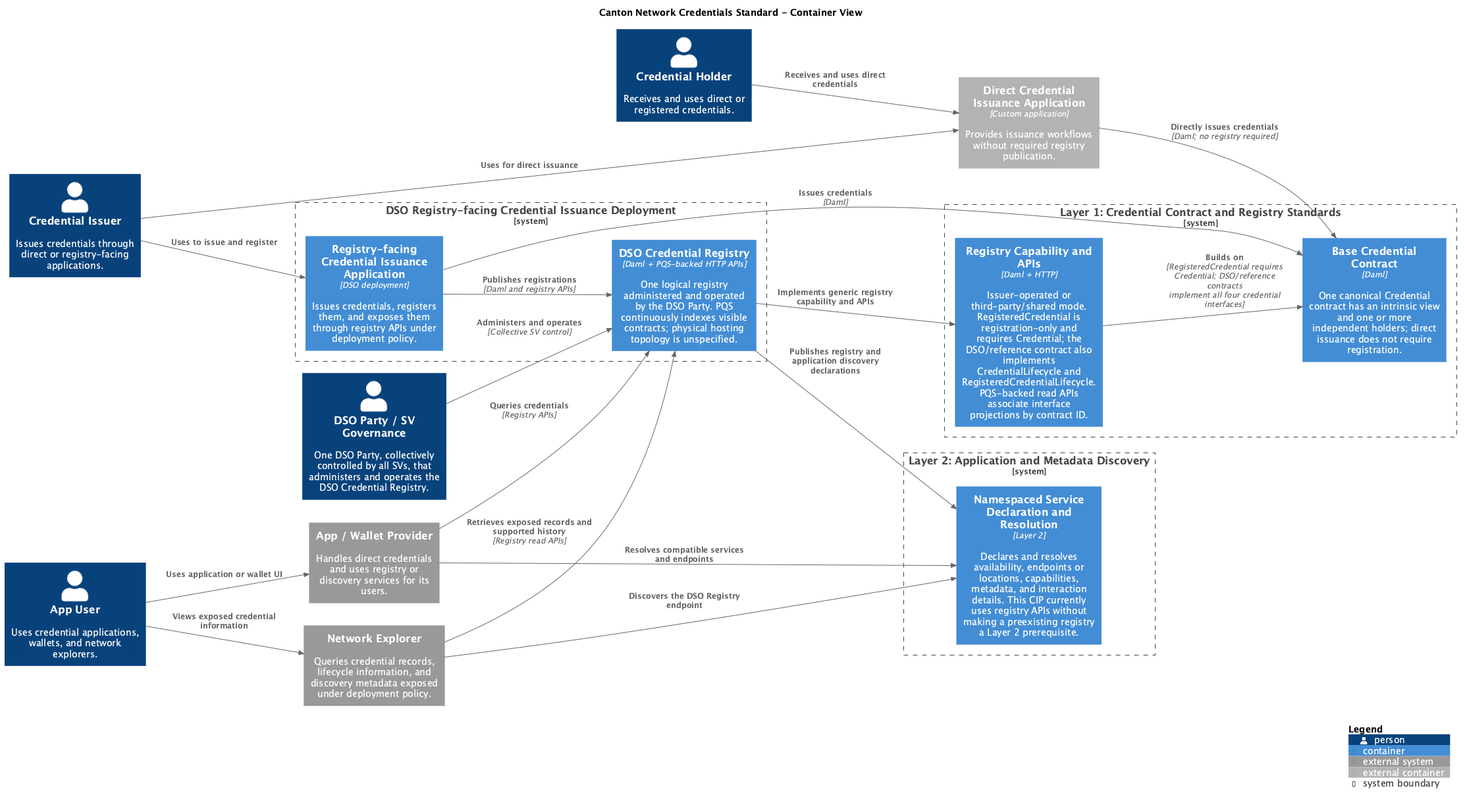
The PlantUML diagram cn-credentials-standard/images/credentials-containers.png in unlockitio/cips, before a commit.
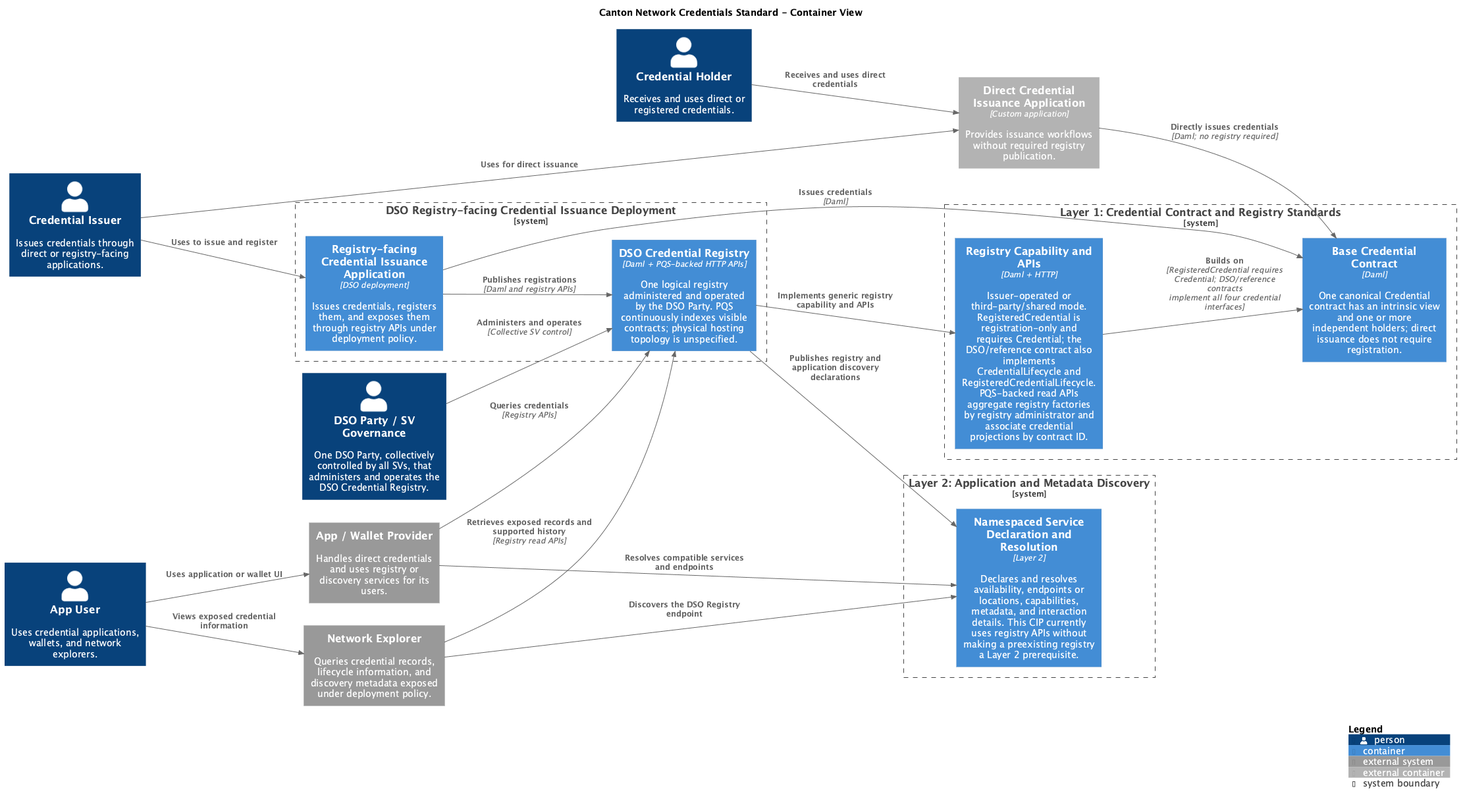
The same file after the commit.

What changed in the source:
```diff
@@ -14,7 +14,7 @@
 
 System_Boundary(generic, "Layer 1: Credential Contract and Registry Standards") {
   Container(base, "Base Credential Contract", "Daml", "One canonical Credential contract has an intrinsic view and one or more independent holders; direct issuance does not require registration.")
-  Container(registry, "Registry Capability and APIs", "Daml + HTTP", "Issuer-operated or third-party/shared mode. RegisteredCredential is registration-only and requires Credential; the DSO/reference contract also implements CredentialLifecycle and RegisteredCredentialLifecycle. PQS-backed read APIs associate interface projections by contract ID.")
+  Container(registry, "Registry Capability and APIs", "Daml + HTTP", "Issuer-operated or third-party/shared mode. RegisteredCredential is registration-only and requires Credential; the DSO/reference contract also implements CredentialLifecycle and RegisteredCredentialLifecycle. PQS-backed read APIs aggregate registry factories by registry administrator and associate credential projections by contract ID.")
 }
 
 System_Boundary(discoveryLayer, "Layer 2: Application and Metadata Discovery") {
```
